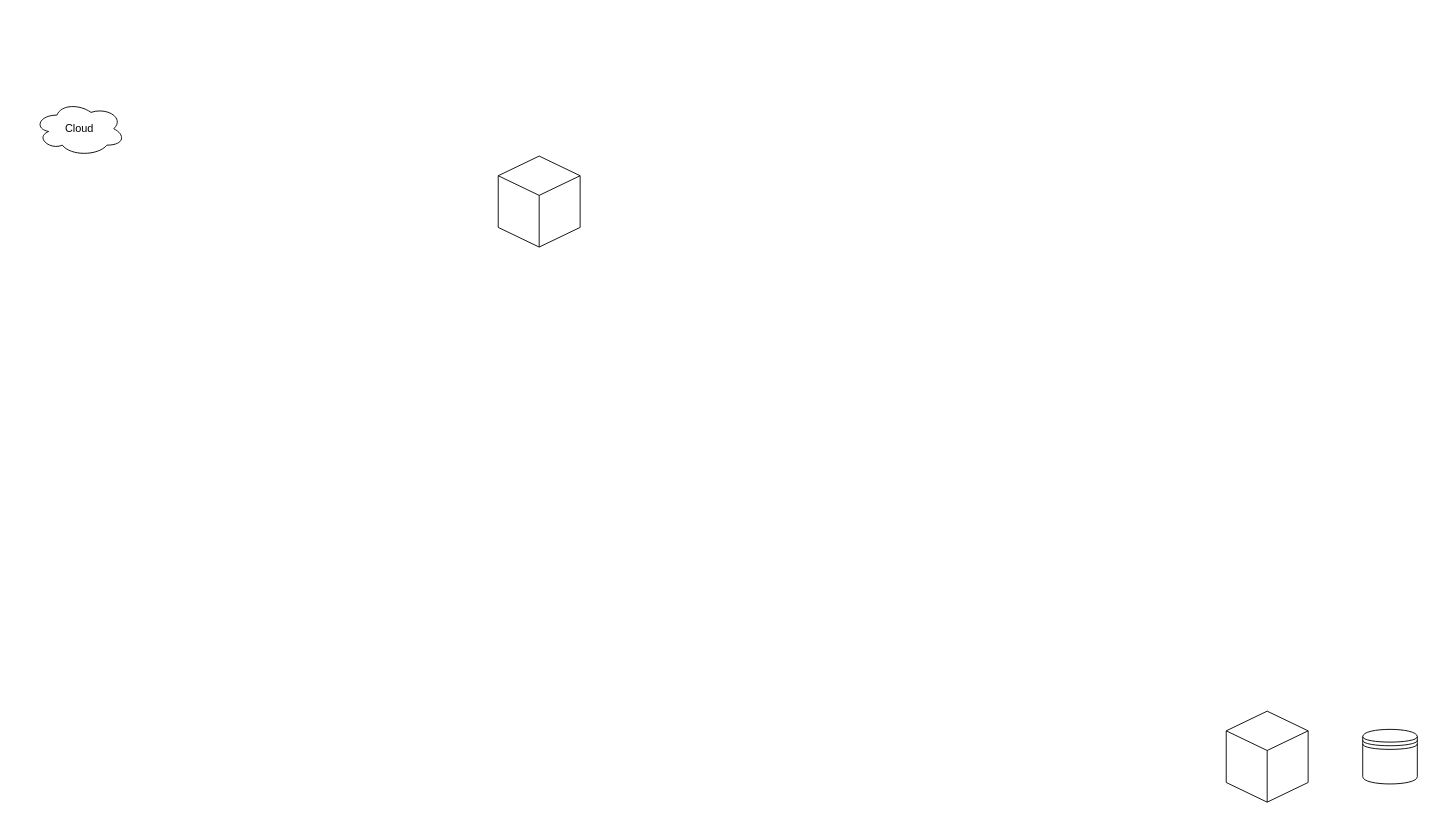
The draw.io diagram Diagrama sem nome.drawio in cedriccp/ARQUITETURAS, before the edit. Source tidied: cells renumbered, new cells numbered last; positions are measured from the earlier drawing's top-left corner, leaving out a move shared by most shapes. Both pictures are drawn from the tidied source at 91%, with x=0, y=0 at pixel (34, 101). Pictures stored in the file or linked from it are replaced by grey dashed boxes.
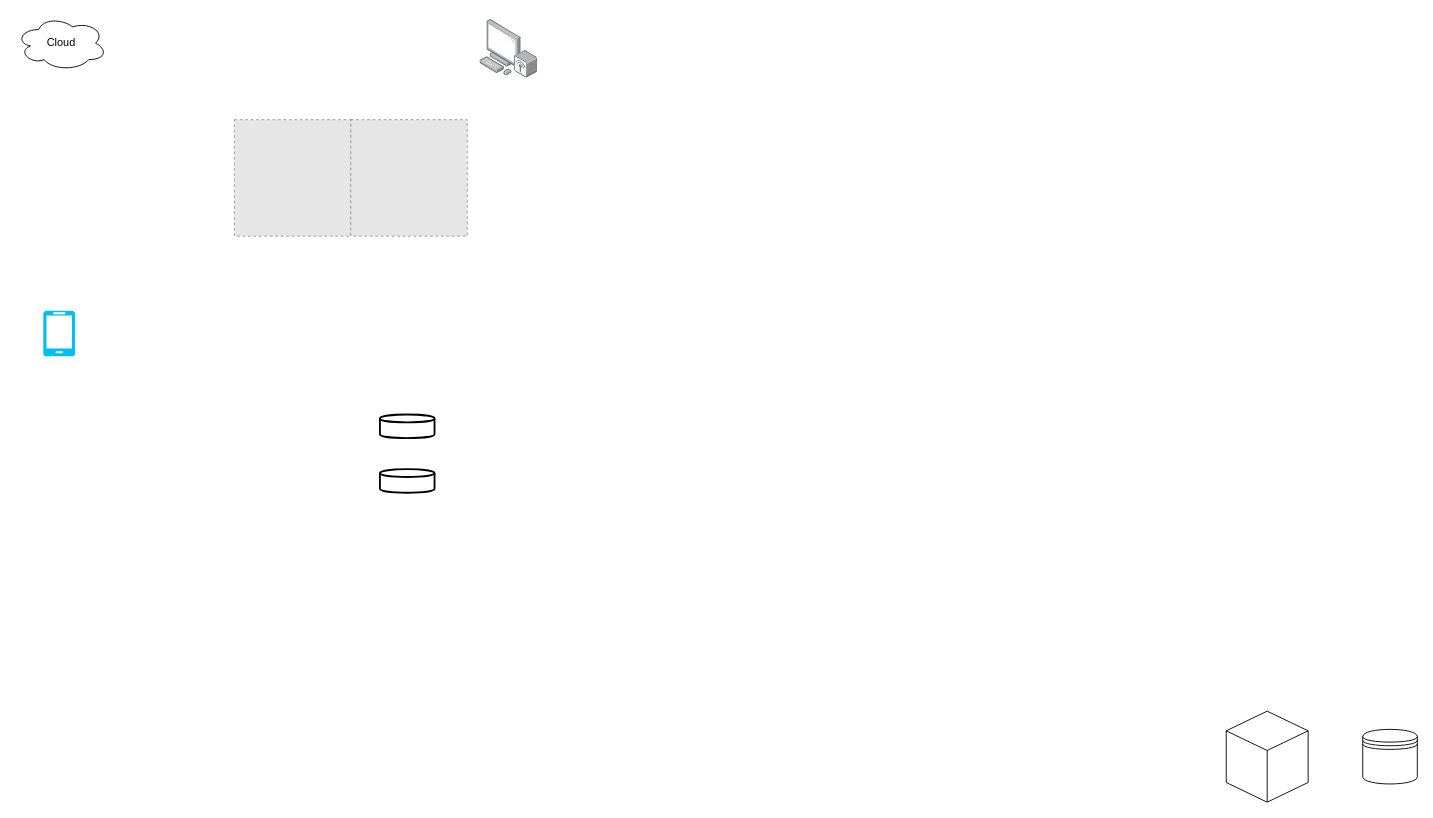
The same page after the edit.

The edit, as a diff of the source:
```diff
@@
 <mxGraphModel>
   <root>
     <mxCell id="0" />
     <mxCell id="1" parent="0" />
     <mxCell id="2" style="shape=datastore;whiteSpace=wrap;html=1;" parent="1" vertex="1">
       <mxGeometry x="1460" y="690" width="60" height="60" as="geometry" />
     </mxCell>
     <mxCell id="3" style="html=1;whiteSpace=wrap;shape=isoCube2;backgroundOutline=1;isoAngle=15;" parent="1" vertex="1">
       <mxGeometry x="1310" y="670" width="90" height="100" as="geometry" />
     </mxCell>
     <mxCell id="4" value="Cloud" style="ellipse;shape=cloud;whiteSpace=wrap;html=1;align=center;" parent="1" vertex="1">
-      <mxGeometry width="100" height="60" as="geometry" />
+      <mxGeometry x="-20" y="-94" width="100" height="60" as="geometry" />
     </mxCell>
-    <mxCell id="5" style="html=1;whiteSpace=wrap;shape=isoCube2;backgroundOutline=1;isoAngle=15;" parent="1" vertex="1">
-      <mxGeometry x="510" y="60" width="90" height="100" as="geometry" />
-    </mxCell>
+    <mxCell id="6" style="edgeStyle=elbowEdgeStyle;elbow=horizontal;endArrow=classic;html=1;curved=0;rounded=0;endSize=8;startSize=8;" parent="1" edge="1">
+      <mxGeometry relative="1" as="geometry">
+        <mxPoint x="320" y="83.5" as="sourcePoint" />
+        <mxPoint x="370" y="83.5" as="targetPoint" />
+      </mxGeometry>
+    </mxCell>
+    <mxCell id="7" style="verticalLabelPosition=bottom;html=1;verticalAlign=top;align=center;strokeColor=none;fillColor=#00BEF2;shape=mxgraph.azure.mobile;" parent="1" vertex="1">
+      <mxGeometry x="10" y="230" width="35" height="50" as="geometry" />
+    </mxCell>
+    <mxCell id="8" style="html=1;align=center;shadow=0;dashed=0;image;image=img/lib/allied_telesis/computer_and_terminals/Personal_Computer_Wireless.svg;" parent="1" vertex="1">
+      <mxGeometry x="490" y="-90" width="63" height="64.2" as="geometry" />
+    </mxCell>
+    <mxCell id="9" style="fillColor=#E6E6E6;strokeColor=#999999;dashed=1;html=1;verticalAlign=top;verticalLabelPosition=bottom;labelBackgroundColor=#ffffff;" parent="1" vertex="1">
+      <mxGeometry x="220" y="20" width="128" height="128" as="geometry" />
+    </mxCell>
+    <mxCell id="10" style="strokeWidth=2;html=1;shape=mxgraph.flowchart.database;whiteSpace=wrap;" parent="1" vertex="1">
+      <mxGeometry x="380" y="344" width="60" height="26" as="geometry" />
+    </mxCell>
+    <mxCell id="11" style="strokeWidth=2;html=1;shape=mxgraph.flowchart.database;whiteSpace=wrap;" parent="1" vertex="1">
+      <mxGeometry x="380" y="404" width="60" height="26" as="geometry" />
+    </mxCell>
+    <mxCell id="12" style="fillColor=#E6E6E6;strokeColor=#999999;dashed=1;html=1;verticalAlign=top;verticalLabelPosition=bottom;labelBackgroundColor=#ffffff;" parent="1" vertex="1">
+      <mxGeometry x="348" y="20" width="128" height="128" as="geometry" />
+    </mxCell>
   </root>
 </mxGraphModel>
```
